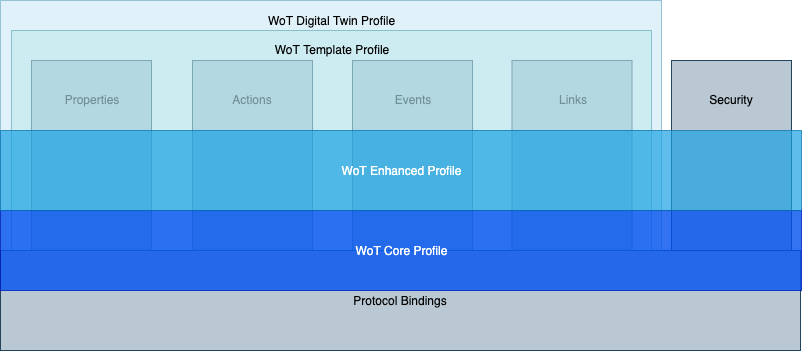
Earlier version of the draw.io export images/WoT Profiles.png (w3c/wot-profile). Source tidied: cells renumbered, new cells last; positions are measured from the earlier drawing's top-left corner, leaving out a move shared by most shapes.
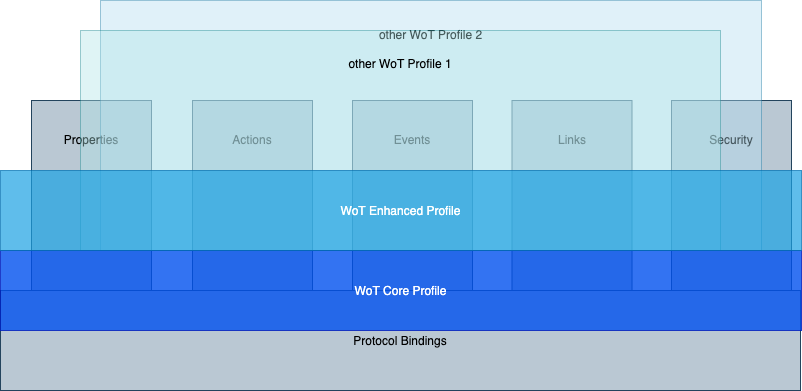
The same diagram one commit later.

Commit message:
Update WoT Profiles.png - remove digital twin and templates for now

What changed in the source:
```diff
@@ -20,11 +20,11 @@
     <mxCell id="7" value="Links&lt;br&gt;&lt;br&gt;&lt;br&gt;&lt;br&gt;&lt;br&gt;&lt;br&gt;&lt;br&gt;&lt;br&gt;&lt;br&gt;" style="rounded=0;whiteSpace=wrap;html=1;fillColor=#bac8d3;strokeColor=#23445d;" parent="1" vertex="1">
       <mxGeometry x="511.5" y="60" width="120" height="190" as="geometry" />
     </mxCell>
-    <mxCell id="8" value="WoT Digital Twin Profile&lt;br&gt;&lt;br&gt;&lt;br&gt;&lt;br&gt;&lt;br&gt;&lt;br&gt;&lt;br&gt;&lt;br&gt;&lt;br&gt;&lt;br&gt;&lt;br&gt;&lt;br&gt;&lt;br&gt;&lt;br&gt;&lt;br&gt;&lt;br&gt;" style="rounded=0;whiteSpace=wrap;html=1;fillColor=#b1ddf0;strokeColor=#10739e;opacity=40;" parent="1" vertex="1">
-      <mxGeometry width="661" height="250" as="geometry" />
+    <mxCell id="8" value="other WoT Profile 2&lt;br&gt;&lt;br&gt;&lt;br&gt;&lt;br&gt;&lt;br&gt;&lt;br&gt;&lt;br&gt;&lt;br&gt;&lt;br&gt;&lt;br&gt;&lt;br&gt;&lt;br&gt;&lt;br&gt;&lt;br&gt;" style="rounded=0;whiteSpace=wrap;html=1;fillColor=#b1ddf0;strokeColor=#10739e;opacity=40;" parent="1" vertex="1">
+      <mxGeometry x="100" y="-40" width="661" height="250" as="geometry" />
     </mxCell>
-    <mxCell id="9" value="WoT Template Profile&lt;br&gt;&lt;br&gt;&lt;br&gt;&lt;br&gt;&lt;br&gt;&lt;br&gt;&lt;br&gt;&lt;br&gt;&lt;br&gt;&lt;br&gt;&lt;br&gt;&lt;br&gt;&lt;br&gt;&lt;br&gt;" style="rounded=0;whiteSpace=wrap;html=1;fillColor=#b0e3e6;strokeColor=#0e8088;opacity=40;" parent="1" vertex="1">
-      <mxGeometry x="11" y="30" width="640" height="220" as="geometry" />
+    <mxCell id="9" value="other WoT Profile 1&lt;br&gt;&lt;br&gt;&lt;br&gt;&lt;br&gt;&lt;br&gt;&lt;br&gt;&lt;br&gt;&lt;br&gt;&lt;br&gt;&lt;br&gt;&lt;br&gt;&lt;br&gt;" style="rounded=0;whiteSpace=wrap;html=1;fillColor=#b0e3e6;strokeColor=#0e8088;opacity=40;" parent="1" vertex="1">
+      <mxGeometry x="80" y="-10" width="640" height="220" as="geometry" />
     </mxCell>
     <mxCell id="10" value="WoT Core Profile" style="rounded=0;whiteSpace=wrap;html=1;fillColor=#0050ef;strokeColor=#001DBC;opacity=80;fontColor=#ffffff;" parent="1" vertex="1">
       <mxGeometry y="210" width="801" height="80" as="geometry" />
```
